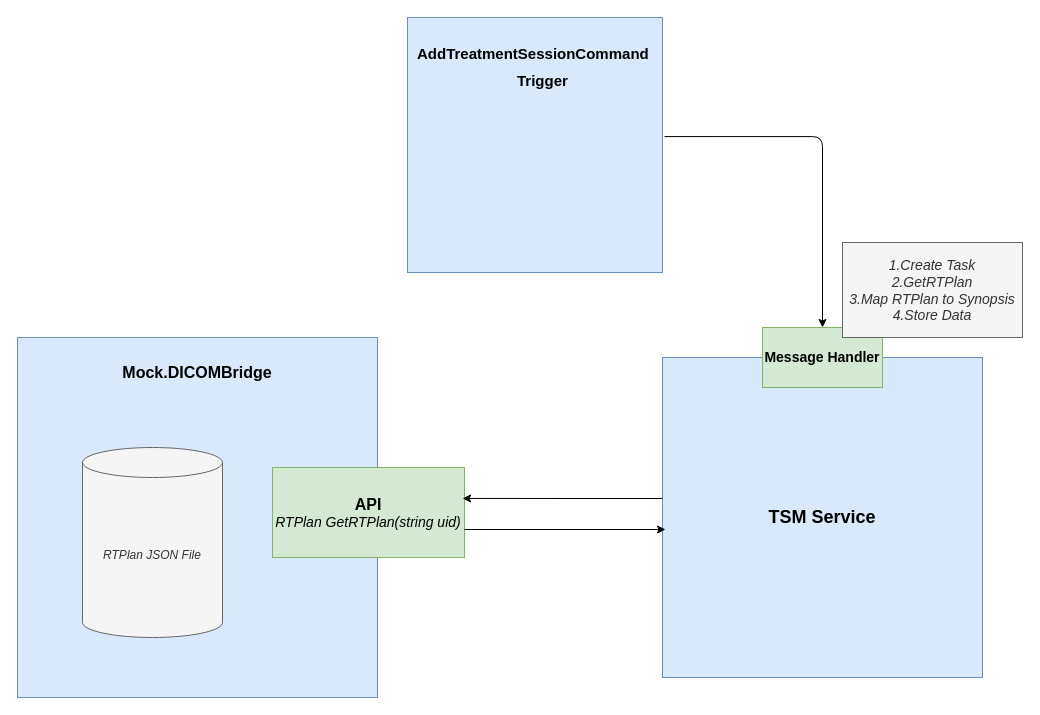
Above: DICOM Bridge.drawio in xyzish/Diagram (draw.io), before the change. Source tidied: cells renumbered, new cells numbered last; positions are measured from the earlier drawing's top-left corner, leaving out a move shared by most shapes. Both pictures are drawn from the tidied source at 100%, with x=0, y=0 at pixel (17, 17).
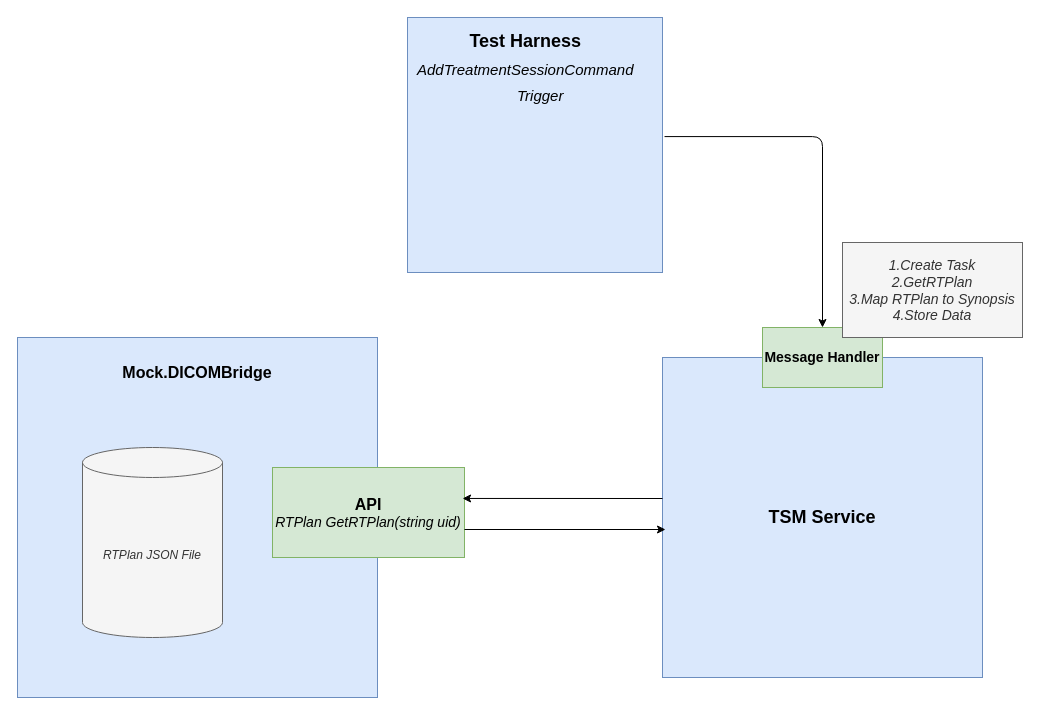
After the change.

Commit message:
Update tool name

Diff of the diagram source:
```diff
@@
 <mxGraphModel>
   <root>
     <mxCell id="0" />
     <mxCell id="1" parent="0" />
     <mxCell id="2" style="whiteSpace=wrap;html=1;fillColor=#dae8fc;strokeColor=#6c8ebf;" parent="1" vertex="1">
       <mxGeometry y="320" width="360" height="360" as="geometry" />
     </mxCell>
     <mxCell id="3" value="&lt;b&gt;&lt;font style=&quot;font-size: 16px&quot;&gt;Mock.DICOMBridge&lt;/font&gt;&lt;/b&gt;" style="text;html=1;strokeColor=none;fillColor=none;align=center;verticalAlign=middle;whiteSpace=wrap;rounded=0;" parent="1" vertex="1">
       <mxGeometry x="105" y="340" width="150" height="30" as="geometry" />
     </mxCell>
     <mxCell id="4" value="&lt;i&gt;RTPlan JSON File&lt;/i&gt;" style="shape=cylinder3;whiteSpace=wrap;html=1;boundedLbl=1;backgroundOutline=1;size=15;fillColor=#f5f5f5;strokeColor=#666666;fontColor=#333333;" parent="1" vertex="1">
       <mxGeometry x="65" y="430" width="140" height="190" as="geometry" />
     </mxCell>
     <mxCell id="5" value="&lt;div&gt;&lt;font size=&quot;1&quot;&gt;&lt;b style=&quot;font-size: 16px&quot;&gt;API&lt;/b&gt;&lt;/font&gt;&lt;/div&gt;&lt;div&gt;&lt;font size=&quot;1&quot;&gt;&lt;i style=&quot;font-size: 14px&quot;&gt;RTPlan GetRTPlan(string uid)&lt;/i&gt;&lt;/font&gt;&lt;br&gt;&lt;/div&gt;" style="rounded=0;whiteSpace=wrap;html=1;fillColor=#d5e8d4;strokeColor=#82b366;" parent="1" vertex="1">
       <mxGeometry x="255" y="450" width="192" height="90" as="geometry" />
     </mxCell>
     <mxCell id="6" value="&lt;b&gt;&lt;font style=&quot;font-size: 18px&quot;&gt;TSM Service&lt;/font&gt;&lt;/b&gt;" style="whiteSpace=wrap;html=1;fillColor=#dae8fc;strokeColor=#6c8ebf;" parent="1" vertex="1">
       <mxGeometry x="645" y="340" width="320" height="320" as="geometry" />
     </mxCell>
     <mxCell id="7" style="endArrow=classic;html=1;" parent="1" edge="1">
       <mxGeometry relative="1" as="geometry">
         <mxPoint x="447" y="512" as="sourcePoint" />
         <mxPoint x="648" y="512" as="targetPoint" />
       </mxGeometry>
     </mxCell>
     <mxCell id="8" style="endArrow=classic;html=1;entryX=0.99;entryY=0.344;entryDx=0;entryDy=0;rounded=1;entryPerimeter=0;" parent="1" edge="1" target="5">
       <mxGeometry relative="1" as="geometry">
         <mxPoint x="645" y="481" as="sourcePoint" />
       </mxGeometry>
     </mxCell>
     <mxCell id="9" value="&lt;font style=&quot;font-size: 14px&quot;&gt;&lt;b&gt;Message Handler&lt;br&gt;&lt;/b&gt;&lt;/font&gt;" style="rounded=0;whiteSpace=wrap;html=1;fillColor=#d5e8d4;strokeColor=#82b366;shadow=0;glass=0;" parent="1" vertex="1">
       <mxGeometry x="745" y="310" width="120" height="60" as="geometry" />
     </mxCell>
     <mxCell id="10" style="whiteSpace=wrap;html=1;fillColor=#dae8fc;strokeColor=#6c8ebf;" parent="1" vertex="1">
       <mxGeometry x="390" width="255" height="255" as="geometry" />
     </mxCell>
-    <mxCell id="11" value="&lt;div style=&quot;line-height: 1.75 ; font-size: 15px&quot; align=&quot;left&quot;&gt;&lt;b&gt;&lt;font style=&quot;font-size: 15px&quot;&gt;AddTreatmentSessionCommand&lt;/font&gt;&lt;/b&gt;&lt;/div&gt;&lt;div style=&quot;line-height: 1.75 ; font-size: 15px&quot; align=&quot;left&quot;&gt;&lt;b&gt;&lt;font style=&quot;font-size: 15px&quot;&gt;&amp;nbsp;&amp;nbsp;&amp;nbsp;&amp;nbsp;&amp;nbsp;&amp;nbsp;&amp;nbsp;&amp;nbsp;&amp;nbsp;&amp;nbsp;&amp;nbsp;&amp;nbsp;&amp;nbsp;&amp;nbsp;&amp;nbsp;&amp;nbsp;&amp;nbsp;&amp;nbsp;&amp;nbsp;&amp;nbsp;&amp;nbsp;&amp;nbsp;&amp;nbsp; Trigger&lt;br&gt;&lt;/font&gt;&lt;/b&gt;&lt;/div&gt;" style="text;html=1;strokeColor=none;fillColor=none;align=left;verticalAlign=middle;whiteSpace=wrap;rounded=0;" parent="1" vertex="1">
+    <mxCell id="11" value="&lt;div style=&quot;line-height: 1.75 ; font-size: 18px&quot; align=&quot;center&quot;&gt;&lt;font style=&quot;font-size: 18px&quot;&gt;&lt;b&gt;&lt;font style=&quot;font-size: 18px&quot;&gt;Test Harness&lt;br&gt;&lt;/font&gt;&lt;/b&gt;&lt;/font&gt;&lt;/div&gt;&lt;div style=&quot;line-height: 1.75 ; font-size: 15px&quot; align=&quot;left&quot;&gt;&lt;i&gt;&lt;font style=&quot;font-size: 15px&quot;&gt;AddTreatmentSessionCommand&lt;/font&gt;&lt;/i&gt;&lt;/div&gt;&lt;div style=&quot;line-height: 1.75 ; font-size: 15px&quot; align=&quot;left&quot;&gt;&lt;i&gt;&lt;font style=&quot;font-size: 15px&quot;&gt;&amp;nbsp;&amp;nbsp;&amp;nbsp;&amp;nbsp;&amp;nbsp;&amp;nbsp;&amp;nbsp;&amp;nbsp;&amp;nbsp;&amp;nbsp;&amp;nbsp;&amp;nbsp;&amp;nbsp;&amp;nbsp;&amp;nbsp;&amp;nbsp;&amp;nbsp;&amp;nbsp;&amp;nbsp;&amp;nbsp;&amp;nbsp;&amp;nbsp;&amp;nbsp; Trigger&lt;/font&gt;&lt;/i&gt;&lt;b&gt;&lt;font style=&quot;font-size: 15px&quot;&gt;&lt;br&gt;&lt;/font&gt;&lt;/b&gt;&lt;/div&gt;" style="text;html=1;strokeColor=none;fillColor=none;align=left;verticalAlign=middle;whiteSpace=wrap;rounded=0;" parent="1" vertex="1">
       <mxGeometry x="397.5" y="10" width="240" height="80" as="geometry" />
     </mxCell>
     <mxCell id="12" style="endArrow=classic;html=1;edgeStyle=orthogonalEdgeStyle;entryX=0.5;entryY=0;entryDx=0;entryDy=0;exitX=1.008;exitY=0.467;exitDx=0;exitDy=0;exitPerimeter=0;" parent="1" edge="1" source="10" target="9">
       <mxGeometry relative="1" as="geometry" />
     </mxCell>
     <mxCell id="13" value="&lt;div style=&quot;font-size: 14px&quot;&gt;&lt;i&gt;&lt;font style=&quot;font-size: 14px&quot;&gt;1.Create Task&lt;/font&gt;&lt;/i&gt;&lt;/div&gt;&lt;div style=&quot;font-size: 14px&quot;&gt;&lt;i&gt;&lt;font style=&quot;font-size: 14px&quot;&gt;2.GetRTPlan&lt;/font&gt;&lt;/i&gt;&lt;/div&gt;&lt;div style=&quot;font-size: 14px&quot;&gt;&lt;i&gt;&lt;font style=&quot;font-size: 14px&quot;&gt;3.Map RTPlan to Synopsis&lt;/font&gt;&lt;/i&gt;&lt;/div&gt;&lt;div style=&quot;font-size: 14px&quot;&gt;&lt;i&gt;&lt;font style=&quot;font-size: 14px&quot;&gt;4.Store Data&lt;br&gt;&lt;/font&gt;&lt;/i&gt;&lt;/div&gt;" style="text;html=1;strokeColor=#666666;fillColor=#f5f5f5;align=center;verticalAlign=middle;whiteSpace=wrap;rounded=0;fontColor=#333333;" parent="1" vertex="1">
       <mxGeometry x="825" y="225" width="180" height="95" as="geometry" />
     </mxCell>
   </root>
 </mxGraphModel>
```
